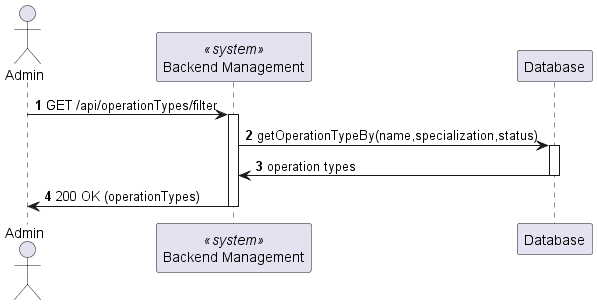
The PlantUML diagram docs/OperationTypeListSearch/views/level3/process-view1.png in Lapr5G21/sem5pi-24-25-3ddg21, before a commit. The source it was exported from:
```plantuml
@startuml

autonumber
actor Admin as "Admin"
participant BE as "Backend Management" <<system>>
participant DB as "Database"


Admin -> BE : GET /api/operationTypes/filter
activate BE

BE -> DB : getOperationTypeBy(name,specialization,status)

activate DB

DB -> BE : operation types

deactivate DB

Admin <- BE : 200 OK (operationTypes)

deactivate BE

@enduml
```
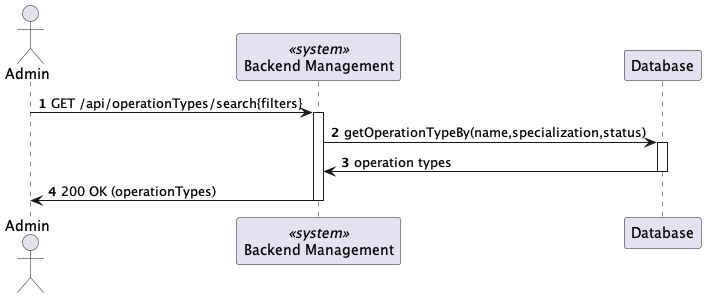
The same diagram one commit later.

What changed in the source:
```diff
@@ -6,7 +6,7 @@
 participant DB as "Database"
 
 
-Admin -> BE : GET /api/operationTypes/filter
+Admin -> BE : GET /api/operationTypes/search{filters}
 activate BE
 
 BE -> DB : getOperationTypeBy(name,specialization,status)
```
